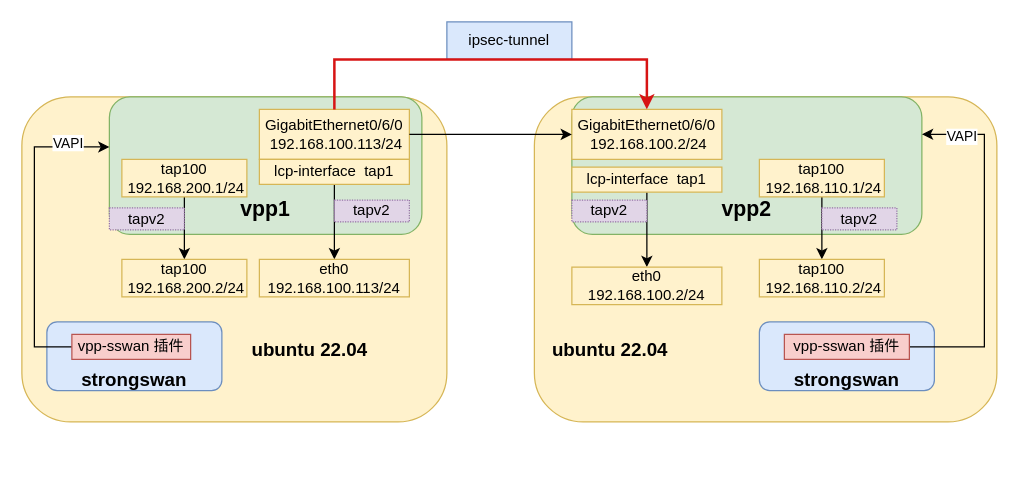
The draw.io diagram new_map/strongswan-vpp.drawio in jin13417/dpdk-vpp-learning, before the edit. Source tidied: cells renumbered, new cells numbered last; positions are measured from the earlier drawing's top-left corner, leaving out a move shared by most shapes. Both pictures are drawn from the tidied source at 125%, with x=0, y=0 at pixel (21, 21).
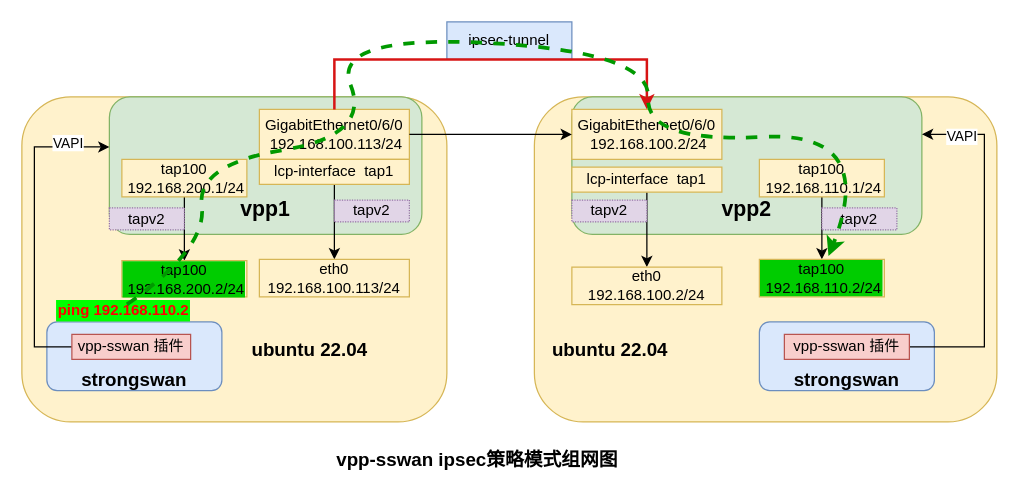
The same diagram, later.

Change to the diagram source:
```diff
@@
-    <mxCell id="12" value="&lt;div&gt;tap100 &lt;span style=&quot;background-color: initial;&quot;&gt;&amp;nbsp;192.168.200.2/24&lt;/span&gt;&lt;/div&gt;" style="text;html=1;strokeColor=#d6b656;fillColor=#fff2cc;align=center;verticalAlign=middle;whiteSpace=wrap;rounded=0;" parent="1" vertex="1">
-      <mxGeometry x="80" y="190" width="100" height="30" as="geometry" />
+    <mxCell id="12" value="&lt;div&gt;tap100 &lt;span style=&quot;&quot;&gt;&amp;nbsp;192.168.200.2/24&lt;/span&gt;&lt;/div&gt;" style="text;html=1;strokeColor=#d6b656;fillColor=#fff2cc;align=center;verticalAlign=middle;whiteSpace=wrap;rounded=0;labelBackgroundColor=#00CC00;" parent="1" vertex="1">
+      <mxGeometry x="80" y="191" width="100" height="29" as="geometry" />
     </mxCell>
@@
-    <mxCell id="27" value="&lt;div&gt;tap100 &lt;span style=&quot;background-color: initial;&quot;&gt;&amp;nbsp;192.168.110.2/24&lt;/span&gt;&lt;/div&gt;" style="text;html=1;strokeColor=#d6b656;fillColor=#fff2cc;align=center;verticalAlign=middle;whiteSpace=wrap;rounded=0;" parent="1" vertex="1">
+    <mxCell id="27" value="&lt;div&gt;tap100 &lt;span style=&quot;&quot;&gt;&amp;nbsp;192.168.110.2/24&lt;/span&gt;&lt;/div&gt;" style="text;html=1;strokeColor=#d6b656;fillColor=#fff2cc;align=center;verticalAlign=middle;whiteSpace=wrap;rounded=0;labelBackgroundColor=#00CC00;" parent="1" vertex="1">
       <mxGeometry x="590" y="190" width="100" height="30" as="geometry" />
     </mxCell>
@@
+    <mxCell id="35" value="ping 192.168.110.2" style="text;html=1;strokeColor=none;fillColor=none;align=center;verticalAlign=middle;whiteSpace=wrap;rounded=0;fontColor=#FF0000;fontStyle=1;labelBorderColor=#00FF00;labelBackgroundColor=#00FF00;" parent="1" vertex="1">
+      <mxGeometry x="18" y="224" width="127" height="13" as="geometry" />
+    </mxCell>
+    <mxCell id="36" style="curved=1;endArrow=classic;html=1;rounded=0;exitX=0.52;exitY=0.154;exitDx=0;exitDy=0;exitPerimeter=0;entryX=0.553;entryY=-0.089;entryDx=0;entryDy=0;entryPerimeter=0;fontColor=#1919FF;fontStyle=1;fontSize=18;strokeColor=#009900;strokeWidth=3;dashed=1;" parent="1" edge="1" source="35" target="27">
+      <mxGeometry relative="1" as="geometry">
+        <Array as="points">
+          <mxPoint x="148.4" y="181" />
+          <mxPoint x="139.4" y="114" />
+          <mxPoint x="279" y="91" />
+          <mxPoint x="247" y="10" />
+          <mxPoint x="503" y="24" />
+          <mxPoint x="499" y="97" />
+          <mxPoint x="685" y="87" />
+        </Array>
+      </mxGeometry>
+    </mxCell>
+    <mxCell id="37" value="vpp-sswan ipsec策略模式组网图" style="text;html=1;strokeColor=none;fillColor=none;align=center;verticalAlign=middle;whiteSpace=wrap;rounded=0;fontStyle=1;fontSize=15;" parent="1" vertex="1">
+      <mxGeometry x="235" y="335" width="259" height="30" as="geometry" />
+    </mxCell>
```
